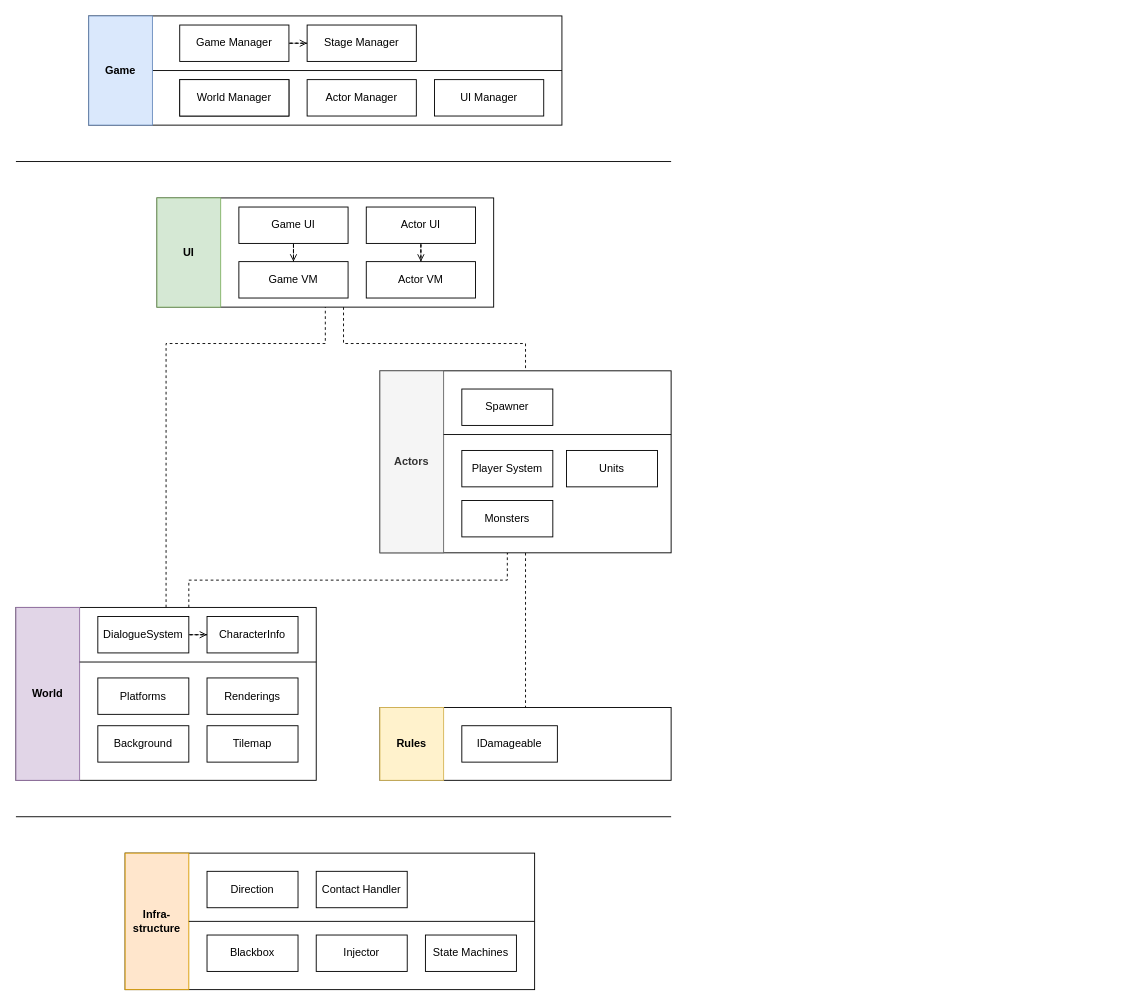
Above: Assets/System Design/게임 구성.drawio in clssl15-Org/ProjectH (draw.io), before the change. Source tidied: cells renumbered, new cells numbered last; positions are measured from the earlier drawing's top-left corner, leaving out a move shared by most shapes. Both pictures are drawn from the tidied source at 91%, with x=0, y=0 at pixel (15, 15).
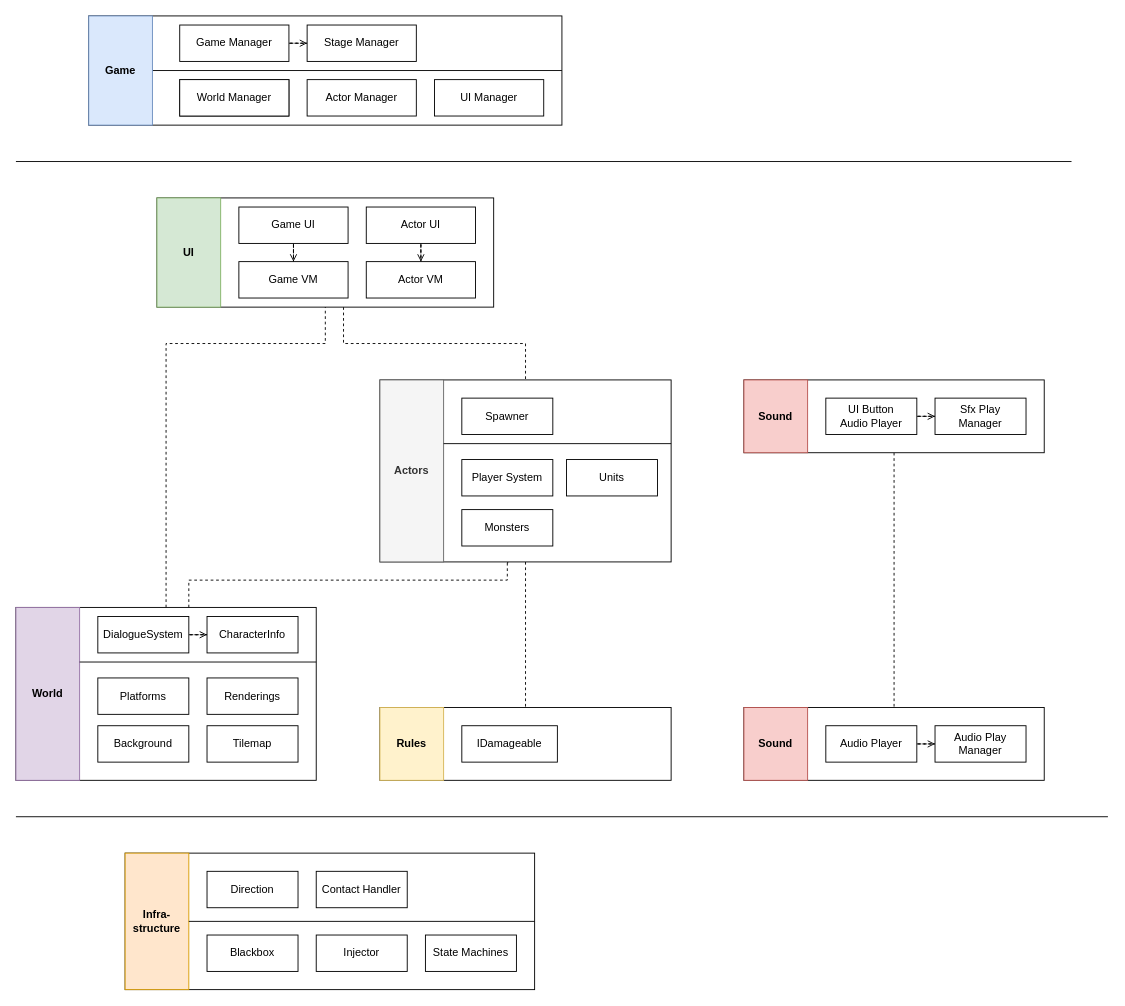
Above is the later version.

What changed in the source:
```diff
@@
     <mxCell id="20" style="rounded=0;whiteSpace=wrap;html=1;" parent="1" vertex="1">
-      <mxGeometry x="400" y="390" width="320" height="200" as="geometry" />
+      <mxGeometry x="400" y="400" width="320" height="200" as="geometry" />
     </mxCell>
     <mxCell id="21" value="&lt;b&gt;Actors&lt;/b&gt;" style="rounded=0;whiteSpace=wrap;html=1;fillColor=#f5f5f5;strokeColor=#666666;fontColor=#333333;" parent="1" vertex="1">
-      <mxGeometry x="400" y="390" width="70" height="200" as="geometry" />
+      <mxGeometry x="400" y="400" width="70" height="200" as="geometry" />
     </mxCell>
     <mxCell id="22" value="Player System" style="rounded=0;whiteSpace=wrap;html=1;" parent="1" vertex="1">
-      <mxGeometry x="490" y="477.5" width="100" height="40" as="geometry" />
+      <mxGeometry x="490" y="487.5" width="100" height="40" as="geometry" />
     </mxCell>
     <mxCell id="23" value="Monsters" style="rounded=0;whiteSpace=wrap;html=1;" parent="1" vertex="1">
-      <mxGeometry x="490" y="532.5" width="100" height="40" as="geometry" />
+      <mxGeometry x="490" y="542.5" width="100" height="40" as="geometry" />
     </mxCell>
     <mxCell id="24" value="Units" style="rounded=0;whiteSpace=wrap;html=1;" parent="1" vertex="1">
-      <mxGeometry x="605" y="477.5" width="100" height="40" as="geometry" />
+      <mxGeometry x="605" y="487.5" width="100" height="40" as="geometry" />
     </mxCell>
@@
     <mxCell id="40" style="endArrow=none;html=1;rounded=0;" parent="1" edge="1">
       <mxGeometry relative="1" as="geometry">
         <mxPoint y="880" as="sourcePoint" />
-        <mxPoint x="720" y="880" as="targetPoint" />
+        <mxPoint x="1200" y="880" as="targetPoint" />
       </mxGeometry>
     </mxCell>
     <mxCell id="41" style="endArrow=none;html=1;rounded=0;" parent="1" edge="1">
       <mxGeometry relative="1" as="geometry">
         <mxPoint y="160" as="sourcePoint" />
-        <mxPoint x="720" y="160" as="targetPoint" />
+        <mxPoint x="1160" y="160" as="targetPoint" />
       </mxGeometry>
     </mxCell>
@@
     <mxCell id="44" style="endArrow=none;html=1;rounded=0;" parent="1" edge="1">
       <mxGeometry relative="1" as="geometry">
-        <mxPoint x="470" y="460" as="sourcePoint" />
-        <mxPoint x="720" y="460" as="targetPoint" />
+        <mxPoint x="470" y="470" as="sourcePoint" />
+        <mxPoint x="720" y="470" as="targetPoint" />
       </mxGeometry>
     </mxCell>
     <mxCell id="45" value="Spawner" style="rounded=0;whiteSpace=wrap;html=1;" parent="1" vertex="1">
-      <mxGeometry x="490" y="410" width="100" height="40" as="geometry" />
+      <mxGeometry x="490" y="420" width="100" height="40" as="geometry" />
     </mxCell>
@@
+    <mxCell id="54" style="rounded=0;whiteSpace=wrap;html=1;" parent="1" vertex="1">
+      <mxGeometry x="800" y="760" width="330" height="80" as="geometry" />
+    </mxCell>
+    <mxCell id="55" style="edgeStyle=orthogonalEdgeStyle;shape=connector;rounded=0;jettySize=auto;html=1;entryX=0;entryY=0.5;entryDx=0;entryDy=0;dashed=1;strokeColor=default;align=center;verticalAlign=middle;fontFamily=Helvetica;fontSize=11;fontColor=default;labelBackgroundColor=default;endArrow=open;endFill=0;" parent="1" edge="1" source="56" target="58">
+      <mxGeometry relative="1" as="geometry" />
+    </mxCell>
+    <mxCell id="56" value="Audio Player" style="rounded=0;whiteSpace=wrap;html=1;" parent="1" vertex="1">
+      <mxGeometry x="890" y="780" width="100" height="40" as="geometry" />
+    </mxCell>
+    <mxCell id="57" value="&lt;b&gt;Sound&lt;/b&gt;" style="rounded=0;whiteSpace=wrap;html=1;fillColor=#f8cecc;strokeColor=#b85450;" parent="1" vertex="1">
+      <mxGeometry x="800" y="760" width="70" height="80" as="geometry" />
+    </mxCell>
+    <mxCell id="58" value="Audio Play Manager" style="rounded=0;whiteSpace=wrap;html=1;" parent="1" vertex="1">
+      <mxGeometry x="1010" y="780" width="100" height="40" as="geometry" />
+    </mxCell>
+    <mxCell id="59" style="edgeStyle=orthogonalEdgeStyle;shape=connector;rounded=0;jettySize=auto;html=1;entryX=0.5;entryY=0;entryDx=0;entryDy=0;dashed=1;strokeColor=default;align=center;verticalAlign=middle;fontFamily=Helvetica;fontSize=11;fontColor=default;labelBackgroundColor=default;endArrow=none;endFill=0;" parent="1" edge="1" source="60" target="54">
+      <mxGeometry relative="1" as="geometry" />
+    </mxCell>
+    <mxCell id="60" style="rounded=0;whiteSpace=wrap;html=1;" parent="1" vertex="1">
+      <mxGeometry x="800" y="400" width="330" height="80" as="geometry" />
+    </mxCell>
+    <mxCell id="61" value="&lt;b&gt;Sound&lt;/b&gt;" style="rounded=0;whiteSpace=wrap;html=1;fillColor=#f8cecc;strokeColor=#b85450;" parent="1" vertex="1">
+      <mxGeometry x="800" y="400" width="70" height="80" as="geometry" />
+    </mxCell>
+    <mxCell id="62" value="Sfx Play&lt;div&gt;Manager&lt;/div&gt;" style="rounded=0;whiteSpace=wrap;html=1;" parent="1" vertex="1">
+      <mxGeometry x="1010" y="420" width="100" height="40" as="geometry" />
+    </mxCell>
+    <mxCell id="63" style="edgeStyle=orthogonalEdgeStyle;shape=connector;rounded=0;jettySize=auto;html=1;entryX=0;entryY=0.5;entryDx=0;entryDy=0;dashed=1;strokeColor=default;align=center;verticalAlign=middle;fontFamily=Helvetica;fontSize=11;fontColor=default;labelBackgroundColor=default;endArrow=open;endFill=0;" parent="1" edge="1" source="64" target="62">
+      <mxGeometry relative="1" as="geometry" />
+    </mxCell>
+    <mxCell id="64" value="UI Button&lt;div&gt;Audio Player&lt;/div&gt;" style="rounded=0;whiteSpace=wrap;html=1;" parent="1" vertex="1">
+      <mxGeometry x="890" y="420" width="100" height="40" as="geometry" />
+    </mxCell>
```
